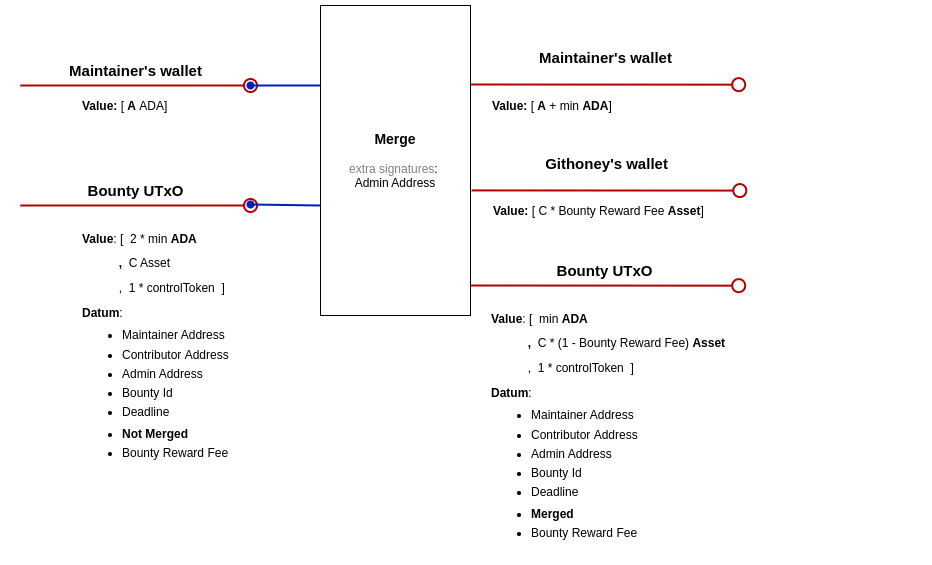
The draw.io diagram docs/img/merge.png in githoney-io/githoney-smart-contract, before a commit. Source tidied: cells renumbered, new cells last; positions are measured from the earlier drawing's top-left corner, leaving out a move shared by most shapes.
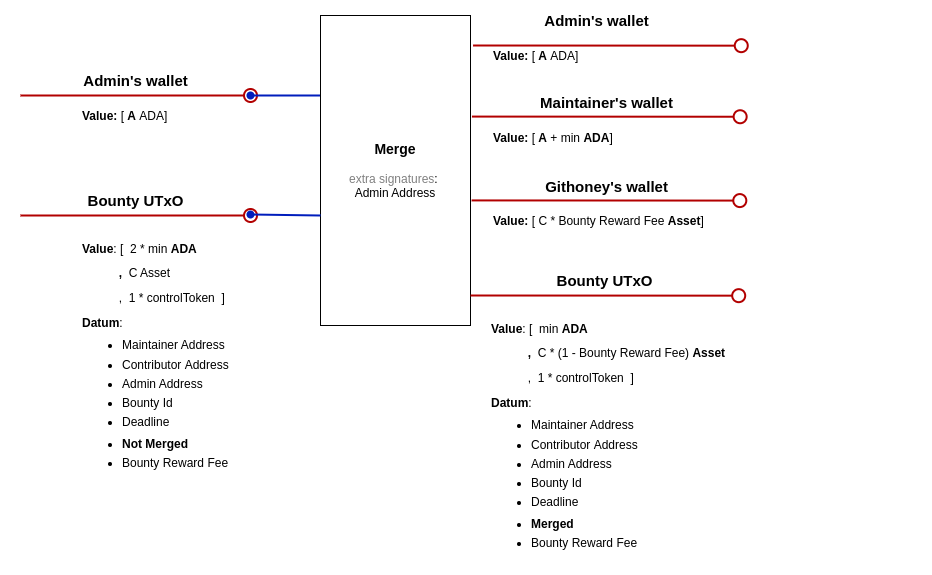
After the commit.

Commit message:
Add min ada specifications and fix admin txs

Change to the diagram source:
```diff
@@ -19,18 +19,18 @@
     </mxCell>
     <mxCell id="5" style="endArrow=oval;html=1;rounded=0;strokeWidth=2;fillColor=#e51400;strokeColor=#B20000;startArrow=none;startFill=0;endFill=0;endSize=13;exitX=1.015;exitY=0.384;exitDx=0;exitDy=0;exitPerimeter=0;" parent="1" edge="1">
       <mxGeometry relative="1" as="geometry">
-        <mxPoint x="450" y="79" as="sourcePoint" />
-        <mxPoint x="718.2" y="79.2" as="targetPoint" />
+        <mxPoint x="451.4" y="101.1" as="sourcePoint" />
+        <mxPoint x="719.7" y="101.2" as="targetPoint" />
       </mxGeometry>
     </mxCell>
     <mxCell id="6" value="&lt;font style=&quot;&quot;&gt;&lt;span style=&quot;font-weight: bold; font-size: 14px;&quot;&gt;Merge&lt;/span&gt;&lt;/font&gt;&lt;b&gt;&lt;br&gt;&lt;/b&gt;&lt;br&gt;&lt;font style=&quot;&quot;&gt;&lt;font color=&quot;#808080&quot;&gt;extra signatures&lt;/font&gt;:&amp;nbsp;&lt;br&gt;Admin Address&lt;/font&gt;" style="rounded=0;whiteSpace=wrap;html=1;" parent="1" vertex="1">
       <mxGeometry x="300" width="150" height="310" as="geometry" />
     </mxCell>
-    <mxCell id="7" value="&lt;font style=&quot;font-size: 15px;&quot;&gt;&lt;b style=&quot;font-size: 12px;&quot;&gt;&lt;font style=&quot;font-size: 15px;&quot;&gt;Maintainer's wallet&lt;/font&gt;&lt;/b&gt;&lt;b&gt;&lt;br&gt;&lt;/b&gt;&lt;/font&gt;" style="text;html=1;align=center;verticalAlign=middle;strokeColor=none;fillColor=none;" parent="1" vertex="1">
-      <mxGeometry x="35" y="50" width="160" height="30" as="geometry" />
+    <mxCell id="7" value="&lt;font style=&quot;font-size: 15px;&quot;&gt;&lt;b style=&quot;font-size: 12px;&quot;&gt;&lt;font style=&quot;font-size: 15px;&quot;&gt;Admin's wallet&lt;/font&gt;&lt;/b&gt;&lt;b&gt;&lt;br&gt;&lt;/b&gt;&lt;/font&gt;" style="text;html=1;align=center;verticalAlign=middle;strokeColor=none;fillColor=none;" parent="1" vertex="1">
+      <mxGeometry x="50" y="50" width="130" height="30" as="geometry" />
     </mxCell>
     <mxCell id="8" value="&lt;font style=&quot;font-size: 15px;&quot;&gt;&lt;b style=&quot;font-size: 12px;&quot;&gt;&lt;font style=&quot;font-size: 15px;&quot;&gt;Maintainer's wallet&lt;/font&gt;&lt;/b&gt;&lt;b&gt;&lt;br&gt;&lt;/b&gt;&lt;/font&gt;" style="text;html=1;align=center;verticalAlign=middle;strokeColor=none;fillColor=none;" parent="1" vertex="1">
-      <mxGeometry x="505.2" y="37.2" width="160" height="30" as="geometry" />
+      <mxGeometry x="506.3" y="72.1" width="160" height="30" as="geometry" />
     </mxCell>
     <mxCell id="9" style="endArrow=oval;html=1;rounded=0;strokeWidth=2;fillColor=#e51400;strokeColor=#B20000;startArrow=none;startFill=0;endFill=0;endSize=13;" parent="1" edge="1">
       <mxGeometry relative="1" as="geometry">
@@ -54,7 +54,7 @@
       <mxGeometry x="468.9" y="300" width="437.4" height="250" as="geometry" />
     </mxCell>
     <mxCell id="14" value="&lt;b&gt;Value: &lt;/b&gt;[&lt;b&gt;&amp;nbsp;A&lt;/b&gt;&amp;nbsp;+ min &lt;b&gt;ADA&lt;/b&gt;]" style="text;html=1;strokeColor=none;fillColor=none;align=left;verticalAlign=middle;whiteSpace=wrap;rounded=0;" parent="1" vertex="1">
-      <mxGeometry x="470" y="80" width="174" height="41" as="geometry" />
+      <mxGeometry x="471.5" y="102.1" width="174" height="41" as="geometry" />
     </mxCell>
     <mxCell id="15" style="endArrow=oval;html=1;rounded=0;strokeWidth=2;fillColor=#e51400;strokeColor=#B20000;startArrow=none;startFill=0;endFill=0;endSize=13;exitX=1.015;exitY=0.384;exitDx=0;exitDy=0;exitPerimeter=0;" parent="1" edge="1">
       <mxGeometry relative="1" as="geometry">
@@ -72,10 +72,22 @@
       </mxGeometry>
     </mxCell>
     <mxCell id="18" value="&lt;font style=&quot;font-size: 15px;&quot;&gt;&lt;b style=&quot;font-size: 12px;&quot;&gt;&lt;font style=&quot;font-size: 15px;&quot;&gt;Githoney's wallet&lt;/font&gt;&lt;/b&gt;&lt;b&gt;&lt;br&gt;&lt;/b&gt;&lt;/font&gt;" style="text;html=1;align=center;verticalAlign=middle;strokeColor=none;fillColor=none;" parent="1" vertex="1">
-      <mxGeometry x="511.3" y="143.1" width="150" height="30" as="geometry" />
+      <mxGeometry x="510.6" y="155.9" width="150" height="30" as="geometry" />
     </mxCell>
     <mxCell id="19" value="&lt;b&gt;Value: &lt;/b&gt;[&lt;b&gt;&amp;nbsp;&lt;/b&gt;C * Bounty Reward Fee &lt;b&gt;Asset&lt;/b&gt;]" style="text;html=1;strokeColor=none;fillColor=none;align=left;verticalAlign=middle;whiteSpace=wrap;rounded=0;" parent="1" vertex="1">
       <mxGeometry x="471.1" y="185.9" width="228.9" height="41" as="geometry" />
     </mxCell>
+    <mxCell id="20" style="endArrow=oval;html=1;rounded=0;strokeWidth=2;fillColor=#e51400;strokeColor=#B20000;startArrow=none;startFill=0;endFill=0;endSize=13;exitX=1.015;exitY=0.384;exitDx=0;exitDy=0;exitPerimeter=0;" parent="1" edge="1">
+      <mxGeometry relative="1" as="geometry">
+        <mxPoint x="452.5" y="30" as="sourcePoint" />
+        <mxPoint x="720.8" y="30.2" as="targetPoint" />
+      </mxGeometry>
+    </mxCell>
+    <mxCell id="21" value="&lt;b&gt;Value: &lt;/b&gt;[&lt;b&gt;&amp;nbsp;A&lt;/b&gt;&amp;nbsp;ADA]" style="text;html=1;strokeColor=none;fillColor=none;align=left;verticalAlign=middle;whiteSpace=wrap;rounded=0;" parent="1" vertex="1">
+      <mxGeometry x="471.1" y="20" width="174" height="41" as="geometry" />
+    </mxCell>
+    <mxCell id="22" value="&lt;font style=&quot;font-size: 15px;&quot;&gt;&lt;b style=&quot;font-size: 12px;&quot;&gt;&lt;font style=&quot;font-size: 15px;&quot;&gt;Admin's wallet&lt;/font&gt;&lt;/b&gt;&lt;b&gt;&lt;br&gt;&lt;/b&gt;&lt;/font&gt;" style="text;html=1;align=center;verticalAlign=middle;strokeColor=none;fillColor=none;" parent="1" vertex="1">
+      <mxGeometry x="511.3" y="-10" width="130" height="30" as="geometry" />
+    </mxCell>
   </root>
 </mxGraphModel>
```
